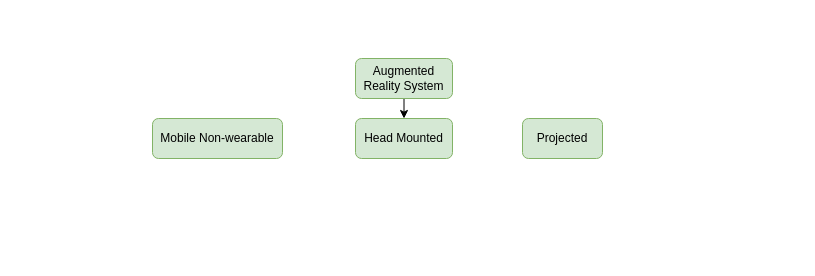
The draw.io diagram device type.drawio in kitylam9/Survey-on-Intelligent-user-interface-for-AugmentedReality, before the edit. Source tidied: cells renumbered, new cells numbered last; positions are measured from the earlier drawing's top-left corner, leaving out a move shared by most shapes. Both pictures are drawn from the tidied source at 100%, with x=0, y=0 at pixel (152, 58).
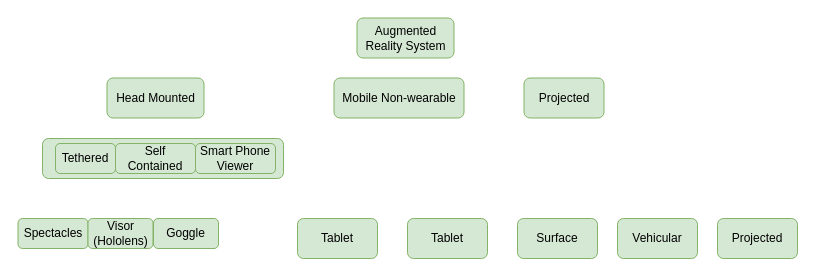
After the change.

What changed in the source:
```diff
@@
 <mxGraphModel>
   <root>
     <mxCell id="0" />
     <mxCell id="1" parent="0" />
-    <mxCell id="2" style="edgeStyle=orthogonalEdgeStyle;rounded=0;jettySize=auto;html=1;exitX=0.5;exitY=1;exitDx=0;exitDy=0;entryX=0.5;entryY=0;entryDx=0;entryDy=0;" parent="1" edge="1" source="3" target="4">
-      <mxGeometry relative="1" as="geometry" />
-    </mxCell>
     <mxCell id="3" value="Augmented Reality System" style="rounded=1;whiteSpace=wrap;html=1;fillColor=#d5e8d4;strokeColor=#82b366;" parent="1" vertex="1">
-      <mxGeometry x="203" width="97" height="40" as="geometry" />
+      <mxGeometry x="204.5" y="-40.5" width="97" height="40" as="geometry" />
     </mxCell>
     <mxCell id="4" value="Head Mounted" style="rounded=1;whiteSpace=wrap;html=1;fillColor=#d5e8d4;strokeColor=#82b366;" parent="1" vertex="1">
-      <mxGeometry x="203" y="60" width="97" height="40" as="geometry" />
+      <mxGeometry x="-45.5" y="19.5" width="97" height="40" as="geometry" />
     </mxCell>
     <mxCell id="5" value="Mobile Non-wearable" style="rounded=1;whiteSpace=wrap;html=1;fillColor=#d5e8d4;strokeColor=#82b366;" parent="1" vertex="1">
-      <mxGeometry y="60" width="130" height="40" as="geometry" />
+      <mxGeometry x="181.5" y="19.5" width="130" height="40" as="geometry" />
     </mxCell>
     <mxCell id="6" value="Projected" style="rounded=1;whiteSpace=wrap;html=1;fillColor=#d5e8d4;strokeColor=#82b366;" parent="1" vertex="1">
-      <mxGeometry x="370" y="60" width="80" height="40" as="geometry" />
+      <mxGeometry x="371.5" y="19.5" width="80" height="40" as="geometry" />
     </mxCell>
+    <mxCell id="7" value="Surface" style="rounded=1;whiteSpace=wrap;html=1;fillColor=#d5e8d4;strokeColor=#82b366;" parent="1" vertex="1">
+      <mxGeometry x="365" y="160" width="80" height="40" as="geometry" />
+    </mxCell>
+    <mxCell id="8" value="Vehicular" style="rounded=1;whiteSpace=wrap;html=1;fillColor=#d5e8d4;strokeColor=#82b366;" parent="1" vertex="1">
+      <mxGeometry x="465" y="160" width="80" height="40" as="geometry" />
+    </mxCell>
+    <mxCell id="9" value="Projected" style="rounded=1;whiteSpace=wrap;html=1;fillColor=#d5e8d4;strokeColor=#82b366;" parent="1" vertex="1">
+      <mxGeometry x="565" y="160" width="80" height="40" as="geometry" />
+    </mxCell>
+    <mxCell id="10" value="Tablet" style="rounded=1;whiteSpace=wrap;html=1;fillColor=#d5e8d4;strokeColor=#82b366;" parent="1" vertex="1">
+      <mxGeometry x="145" y="160" width="80" height="40" as="geometry" />
+    </mxCell>
+    <mxCell id="11" value="Tablet" style="rounded=1;whiteSpace=wrap;html=1;fillColor=#d5e8d4;strokeColor=#82b366;" parent="1" vertex="1">
+      <mxGeometry x="255" y="160" width="80" height="40" as="geometry" />
+    </mxCell>
+    <mxCell id="12" value="Spectacles" style="rounded=1;whiteSpace=wrap;html=1;fillColor=#d5e8d4;strokeColor=#82b366;" parent="1" vertex="1">
+      <mxGeometry x="-134.5" y="160" width="70" height="30" as="geometry" />
+    </mxCell>
+    <mxCell id="13" style="rounded=1;whiteSpace=wrap;html=1;fillColor=#d5e8d4;strokeColor=#82b366;" parent="1" vertex="1">
+      <mxGeometry x="-110" y="80" width="241" height="40" as="geometry" />
+    </mxCell>
+    <mxCell id="14" value="Tethered" style="rounded=1;whiteSpace=wrap;html=1;fillColor=#d5e8d4;strokeColor=#82b366;" parent="1" vertex="1">
+      <mxGeometry x="-97" y="85" width="60" height="30" as="geometry" />
+    </mxCell>
+    <mxCell id="15" value="Self Contained" style="rounded=1;whiteSpace=wrap;html=1;fillColor=#d5e8d4;strokeColor=#82b366;" parent="1" vertex="1">
+      <mxGeometry x="-37" y="85" width="80" height="30" as="geometry" />
+    </mxCell>
+    <mxCell id="16" value="Smart Phone Viewer" style="rounded=1;whiteSpace=wrap;html=1;fillColor=#d5e8d4;strokeColor=#82b366;" parent="1" vertex="1">
+      <mxGeometry x="43" y="85" width="80" height="30" as="geometry" />
+    </mxCell>
+    <mxCell id="17" value="Visor&lt;br&gt;(Hololens)" style="rounded=1;whiteSpace=wrap;html=1;fillColor=#d5e8d4;strokeColor=#82b366;" parent="1" vertex="1">
+      <mxGeometry x="-64.5" y="160" width="65" height="30" as="geometry" />
+    </mxCell>
+    <mxCell id="18" value="Goggle" style="rounded=1;whiteSpace=wrap;html=1;fillColor=#d5e8d4;strokeColor=#82b366;" parent="1" vertex="1">
+      <mxGeometry x="1" y="160" width="65" height="30" as="geometry" />
+    </mxCell>
   </root>
 </mxGraphModel>
```
